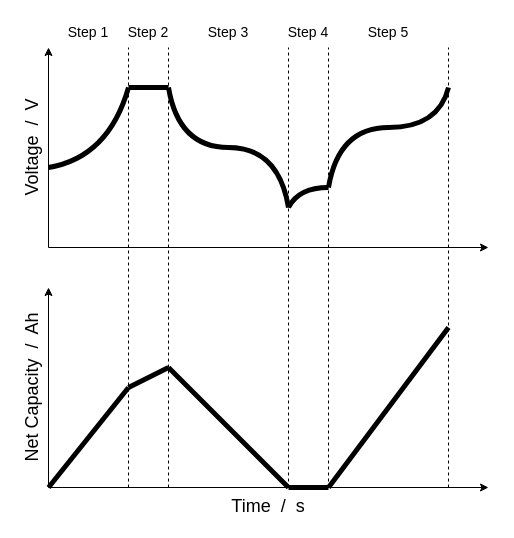
Earlier version of the draw.io diagram docs/assets/img/fig/src/NetCapacity.drawio (emmo-repo/domain-electrochemistry). Source tidied: cells renumbered, new cells numbered last; positions are measured from the earlier drawing's top-left corner, leaving out a move shared by most shapes. Both pictures are drawn from the tidied source at 100%, with x=0, y=0 at pixel (-68, 17).
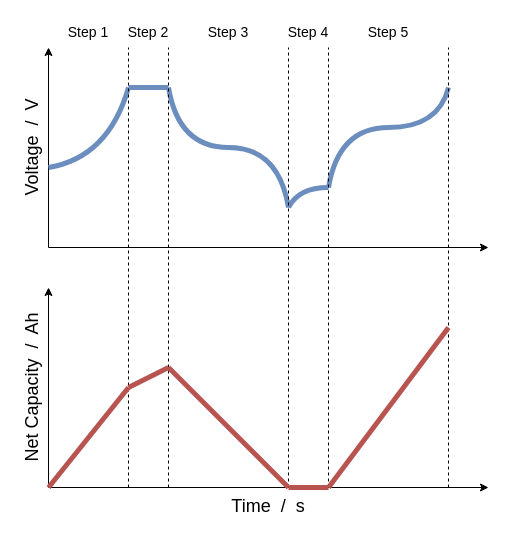
The same page after the edit.

The edit, as a diff of the source:
```diff
@@
-    <mxCell id="4" style="curved=1;endArrow=none;html=1;endFill=0;strokeWidth=5;" parent="1" edge="1">
+    <mxCell id="4" style="curved=1;endArrow=none;html=1;endFill=0;strokeWidth=5;fillColor=#dae8fc;strokeColor=#6c8ebf;" parent="1" edge="1">
       <mxGeometry relative="1" as="geometry">
         <mxPoint x="116" y="150" as="sourcePoint" />
         <mxPoint x="196" y="70" as="targetPoint" />
         <Array as="points">
           <mxPoint x="176" y="140" />
         </Array>
       </mxGeometry>
     </mxCell>
-    <mxCell id="5" style="endArrow=none;html=1;strokeWidth=5;" parent="1" edge="1">
+    <mxCell id="5" style="endArrow=none;html=1;strokeWidth=5;fillColor=#dae8fc;strokeColor=#6c8ebf;" parent="1" edge="1">
       <mxGeometry relative="1" as="geometry">
         <mxPoint x="196" y="70" as="sourcePoint" />
         <mxPoint x="236" y="70" as="targetPoint" />
       </mxGeometry>
     </mxCell>
-    <mxCell id="6" style="curved=1;endArrow=none;html=1;endFill=0;strokeWidth=5;" parent="1" edge="1">
+    <mxCell id="6" style="curved=1;endArrow=none;html=1;endFill=0;strokeWidth=5;fillColor=#dae8fc;strokeColor=#6c8ebf;" parent="1" edge="1">
       <mxGeometry relative="1" as="geometry">
         <mxPoint x="356" y="190" as="sourcePoint" />
         <mxPoint x="236" y="70" as="targetPoint" />
         <Array as="points">
           <mxPoint x="346" y="130" />
           <mxPoint x="246" y="130" />
         </Array>
       </mxGeometry>
     </mxCell>
-    <mxCell id="7" style="curved=1;endArrow=none;html=1;endFill=0;strokeWidth=5;" parent="1" edge="1">
+    <mxCell id="7" style="curved=1;endArrow=none;html=1;endFill=0;strokeWidth=5;fillColor=#dae8fc;strokeColor=#6c8ebf;" parent="1" edge="1">
       <mxGeometry relative="1" as="geometry">
         <mxPoint x="356" y="190" as="sourcePoint" />
         <mxPoint x="396" y="170" as="targetPoint" />
         <Array as="points">
           <mxPoint x="366" y="170" />
         </Array>
       </mxGeometry>
     </mxCell>
-    <mxCell id="8" style="curved=1;endArrow=none;html=1;endFill=0;strokeWidth=5;" parent="1" edge="1">
+    <mxCell id="8" style="curved=1;endArrow=none;html=1;endFill=0;strokeWidth=5;fillColor=#dae8fc;strokeColor=#6c8ebf;" parent="1" edge="1">
       <mxGeometry relative="1" as="geometry">
         <mxPoint x="516" y="70" as="sourcePoint" />
         <mxPoint x="396" y="170" as="targetPoint" />
         <Array as="points">
           <mxPoint x="506" y="110" />
           <mxPoint x="406" y="110" />
         </Array>
       </mxGeometry>
     </mxCell>
@@
-    <mxCell id="23" style="endArrow=none;html=1;strokeWidth=5;" parent="1" edge="1">
+    <mxCell id="23" style="endArrow=none;html=1;strokeWidth=5;fillColor=#f8cecc;strokeColor=#b85450;" parent="1" edge="1">
       <mxGeometry relative="1" as="geometry">
         <mxPoint x="116" y="470" as="sourcePoint" />
         <mxPoint x="196" y="370" as="targetPoint" />
       </mxGeometry>
     </mxCell>
-    <mxCell id="24" style="endArrow=none;html=1;strokeWidth=5;" parent="1" edge="1">
+    <mxCell id="24" style="endArrow=none;html=1;strokeWidth=5;fillColor=#f8cecc;strokeColor=#b85450;" parent="1" edge="1">
       <mxGeometry relative="1" as="geometry">
         <mxPoint x="196" y="370" as="sourcePoint" />
         <mxPoint x="236" y="350" as="targetPoint" />
       </mxGeometry>
     </mxCell>
-    <mxCell id="25" style="endArrow=none;html=1;strokeWidth=5;" parent="1" edge="1">
+    <mxCell id="25" style="endArrow=none;html=1;strokeWidth=5;fillColor=#f8cecc;strokeColor=#b85450;" parent="1" edge="1">
       <mxGeometry relative="1" as="geometry">
         <mxPoint x="356" y="470" as="sourcePoint" />
         <mxPoint x="236" y="350" as="targetPoint" />
       </mxGeometry>
     </mxCell>
-    <mxCell id="26" style="endArrow=none;html=1;strokeWidth=5;" parent="1" edge="1">
+    <mxCell id="26" style="endArrow=none;html=1;strokeWidth=5;fillColor=#f8cecc;strokeColor=#b85450;" parent="1" edge="1">
       <mxGeometry relative="1" as="geometry">
         <mxPoint x="396" y="470" as="sourcePoint" />
         <mxPoint x="356" y="470" as="targetPoint" />
       </mxGeometry>
     </mxCell>
-    <mxCell id="27" style="endArrow=none;html=1;strokeWidth=5;" parent="1" edge="1">
+    <mxCell id="27" style="endArrow=none;html=1;strokeWidth=5;fillColor=#f8cecc;strokeColor=#b85450;" parent="1" edge="1">
       <mxGeometry relative="1" as="geometry">
         <mxPoint x="516" y="310" as="sourcePoint" />
         <mxPoint x="396" y="470" as="targetPoint" />
       </mxGeometry>
     </mxCell>
```
